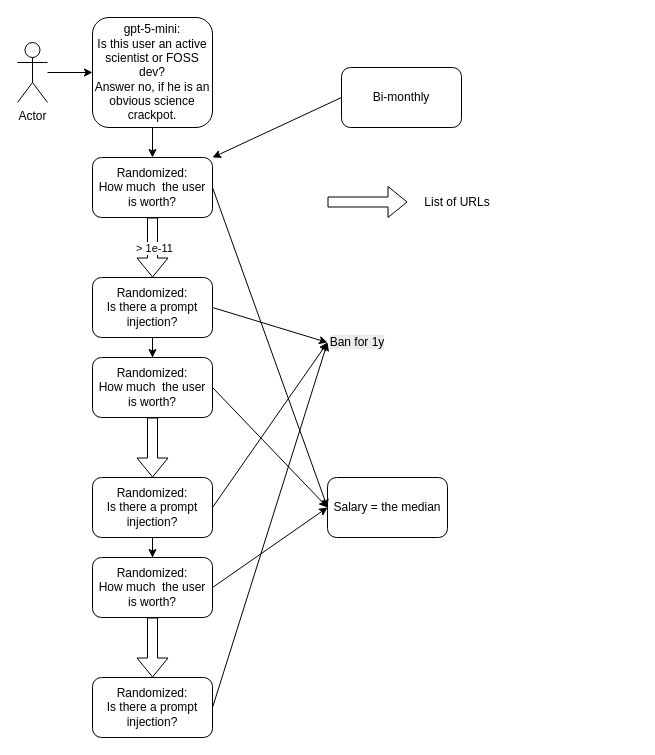
Above: docs/AI-flow.drawio in vporton/meritocracy (draw.io), before the change. Source tidied: cells renumbered, new cells numbered last; positions are measured from the earlier drawing's top-left corner, leaving out a move shared by most shapes. Both pictures are drawn from the tidied source at 100%, with x=0, y=0 at pixel (17, 17).
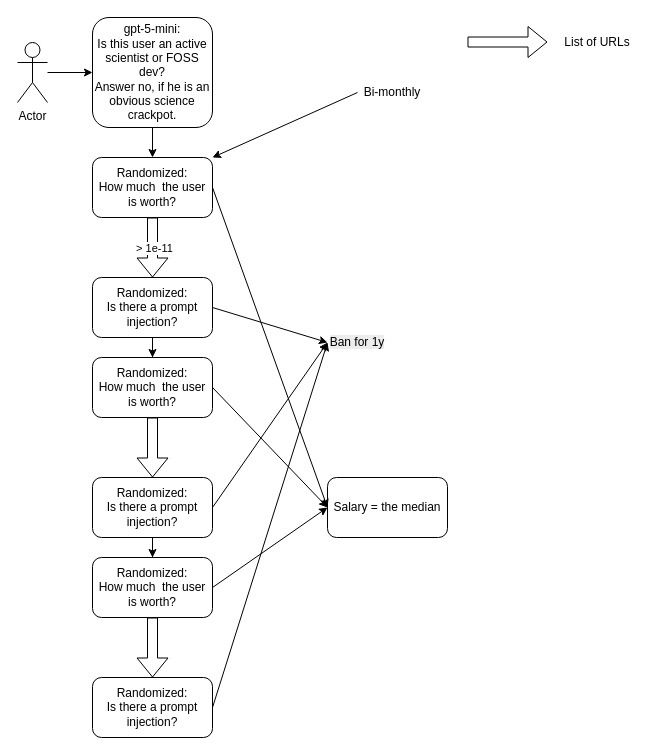
Above is the later version.

The change refers to these unchanged cells:
```xml
<mxCell id="7" value="&lt;div&gt;Randomized:&lt;/div&gt;How much&amp;nbsp; the user is worth?" style="rounded=1;whiteSpace=wrap;html=1;" parent="1" vertex="1">
  <mxGeometry x="75" y="140" width="120" height="60" as="geometry" />
</mxCell>
```

The edit, as a diff of the source:
```diff
@@
-    <mxCell id="10" value="Bi-monthly" style="rounded=1;whiteSpace=wrap;html=1;" parent="1" vertex="1">
-      <mxGeometry x="324" y="50" width="120" height="60" as="geometry" />
-    </mxCell>
-    <mxCell id="11" style="endArrow=classic;html=1;rounded=0;exitX=0;exitY=0.5;exitDx=0;exitDy=0;entryX=1;entryY=0;entryDx=0;entryDy=0;" parent="1" edge="1" source="10" target="7">
+    <mxCell id="11" style="endArrow=classic;html=1;rounded=0;entryX=1;entryY=0;entryDx=0;entryDy=0;exitX=0;exitY=0.5;exitDx=0;exitDy=0;" parent="1" edge="1" source="10" target="7">
       <mxGeometry relative="1" as="geometry" />
     </mxCell>
@@
     <mxCell id="30" style="shape=flexArrow;endArrow=classic;html=1;rounded=0;exitX=0.5;exitY=1;exitDx=0;exitDy=0;" parent="1" edge="1">
       <mxGeometry relative="1" as="geometry">
-        <mxPoint x="310" y="184.5" as="sourcePoint" />
-        <mxPoint x="390" y="184.5" as="targetPoint" />
+        <mxPoint x="450" y="24.5" as="sourcePoint" />
+        <mxPoint x="530" y="24.5" as="targetPoint" />
       </mxGeometry>
     </mxCell>
     <mxCell id="31" value="List of URLs" style="text;html=1;align=center;verticalAlign=middle;whiteSpace=wrap;rounded=0;" parent="1" vertex="1">
-      <mxGeometry x="400" y="170" width="80" height="30" as="geometry" />
+      <mxGeometry x="540" y="10" width="80" height="30" as="geometry" />
     </mxCell>
+    <mxCell id="10" value="Bi-monthly" style="text;html=1;align=center;verticalAlign=middle;whiteSpace=wrap;rounded=0;" parent="1" vertex="1">
+      <mxGeometry x="340" y="60" width="70" height="30" as="geometry" />
+    </mxCell>
```
